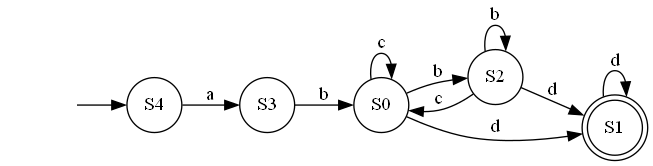
This is DFA.gv.png from youssefhassan01/Compilers_Assignment, a Graphviz export, as it was before one commit. Its source is kept beside it as DFA.gv. Source of this version:
```dot
digraph DFA {
	graph [rankdir=LR]
	"" [label="" shape=plaintext]
	S1 [label=S1 shape=doublecircle]
	S4 [label=S4 shape=circle]
	S2 [label=S2 shape=circle]
	S3 [label=S3 shape=circle]
	S0 [label=S0 shape=circle]
	"" -> S4 [label=""]
	S0 -> S2 [label=b]
	S0 -> S0 [label=c]
	S0 -> S1 [label=d]
	S1 -> S1 [label=d]
	S2 -> S2 [label=b]
	S2 -> S0 [label=c]
	S2 -> S1 [label=d]
	S3 -> S0 [label=b]
	S4 -> S3 [label=a]
}
```
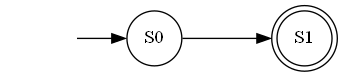
After the commit.

Change to the diagram source:
```diff
@@ -2,18 +2,7 @@
 	graph [rankdir=LR]
 	"" [label="" shape=plaintext]
 	S1 [label=S1 shape=doublecircle]
-	S4 [label=S4 shape=circle]
-	S2 [label=S2 shape=circle]
-	S3 [label=S3 shape=circle]
 	S0 [label=S0 shape=circle]
-	"" -> S4 [label=""]
-	S0 -> S2 [label=b]
-	S0 -> S0 [label=c]
-	S0 -> S1 [label=d]
-	S1 -> S1 [label=d]
-	S2 -> S2 [label=b]
-	S2 -> S0 [label=c]
-	S2 -> S1 [label=d]
-	S3 -> S0 [label=b]
-	S4 -> S3 [label=a]
+	"" -> S0 [label=""]
+	S0 -> S1 [label="	"]
 }
```
